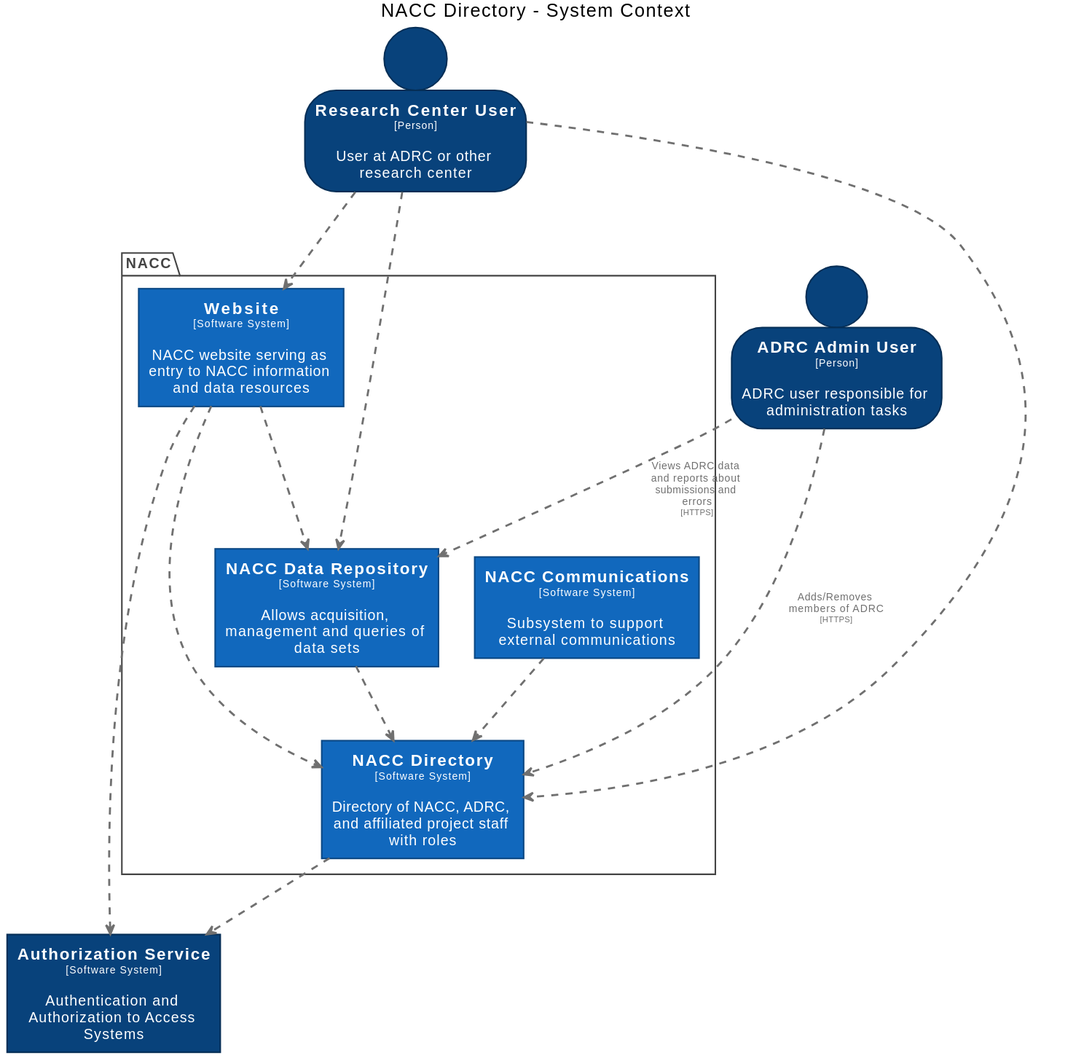
Above: docs/images/structurizr-DirectoryContext.svg in naccdata/system-design (PlantUML), before the change.
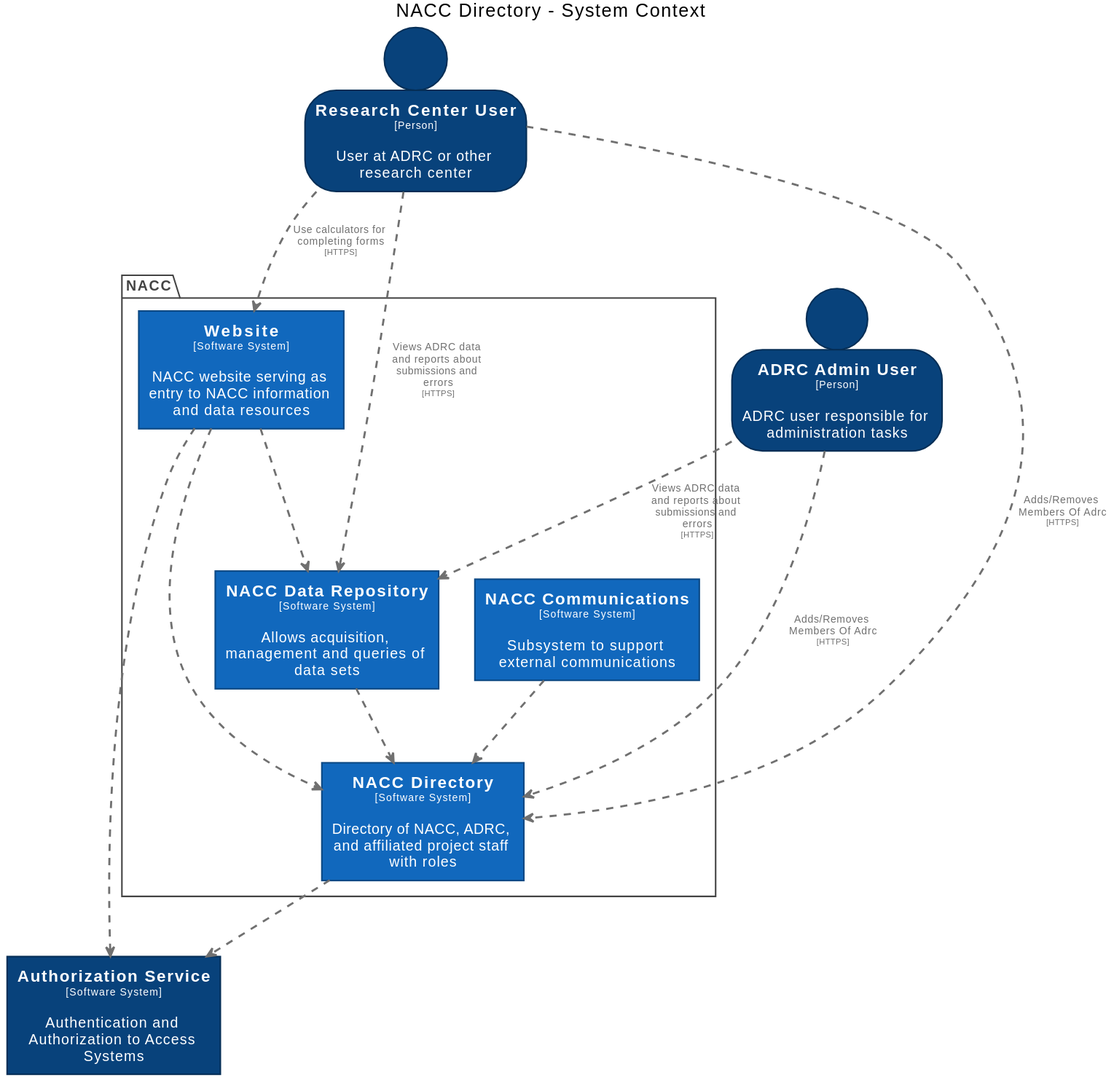
The same diagram one commit later.

The edit, as a diff of the source:
```diff
@@ -65,10 +65,10 @@
 
 Website .[#707070,thickness=2].> NACCDataRepository : "<color:#707070>"
 Website .[#707070,thickness=2].> NACCDirectory : "<color:#707070>"
-ResearchCenterUser .[#707070,thickness=2].> Website : "<color:#707070>"
-ResearchCenterUser .[#707070,thickness=2].> NACCDirectory : "<color:#707070>"
-ResearchCenterUser .[#707070,thickness=2].> NACCDataRepository : "<color:#707070>"
-ADRCAdminUser .[#707070,thickness=2].> NACCDirectory : "<color:#707070>Adds/Removes members of ADRC\n<color:#707070><size:8>[HTTPS]</size>"
+ResearchCenterUser .[#707070,thickness=2].> Website : "<color:#707070>Use calculators for completing forms\n<color:#707070><size:8>[HTTPS]</size>"
+ResearchCenterUser .[#707070,thickness=2].> NACCDirectory : "<color:#707070>Adds/Removes Members Of Adrc\n<color:#707070><size:8>[HTTPS]</size>"
+ResearchCenterUser .[#707070,thickness=2].> NACCDataRepository : "<color:#707070>Views ADRC data and reports about submissions and errors\n<color:#707070><size:8>[HTTPS]</size>"
+ADRCAdminUser .[#707070,thickness=2].> NACCDirectory : "<color:#707070>Adds/Removes Members Of Adrc\n<color:#707070><size:8>[HTTPS]</size>"
 ADRCAdminUser .[#707070,thickness=2].> NACCDataRepository : "<color:#707070>Views ADRC data and reports about submissions and errors\n<color:#707070><size:8>[HTTPS]</size>"
 NACCDataRepository .[#707070,thickness=2].> NACCDirectory : "<color:#707070>"
 NACCDirectory .[#707070,thickness=2].> AuthorizationService : "<color:#707070>"
```
